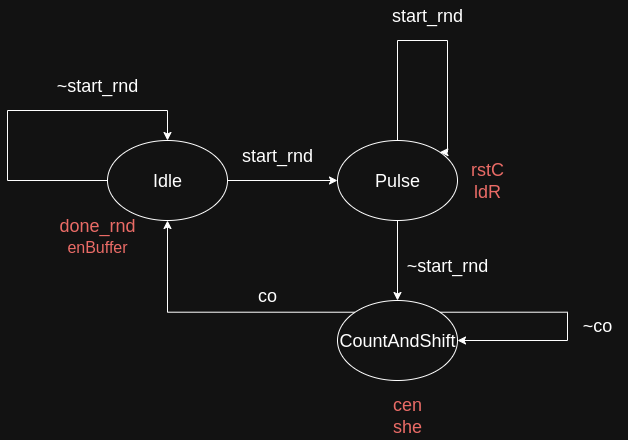
Above: CA1/Part1/Design/controller_part1.png in imSaDy/CAD (draw.io), before the change. Source tidied: cells renumbered, new cells last; positions are measured from the earlier drawing's top-left corner, leaving out a move shared by most shapes. The source it was exported from:
```xml
<mxGraphModel>
  <root>
    <mxCell id="0" />
    <mxCell id="1" parent="0" />
    <mxCell id="2" style="edgeStyle=orthogonalEdgeStyle;rounded=0;jettySize=auto;html=1;entryX=0;entryY=0.5;entryDx=0;entryDy=0;" parent="1" edge="1" source="3" target="5">
      <mxGeometry relative="1" as="geometry" />
    </mxCell>
    <mxCell id="3" value="&lt;font style=&quot;font-size: 18px;&quot;&gt;Idle&lt;/font&gt;" style="ellipse;whiteSpace=wrap;html=1;" parent="1" vertex="1">
      <mxGeometry x="100" y="140" width="120" height="80" as="geometry" />
    </mxCell>
    <mxCell id="4" style="edgeStyle=orthogonalEdgeStyle;rounded=0;jettySize=auto;html=1;exitX=0.5;exitY=1;exitDx=0;exitDy=0;entryX=0.5;entryY=0;entryDx=0;entryDy=0;" parent="1" edge="1" source="5" target="7">
      <mxGeometry relative="1" as="geometry" />
    </mxCell>
    <mxCell id="5" value="&lt;font style=&quot;font-size: 18px;&quot;&gt;Pulse&lt;/font&gt;" style="ellipse;whiteSpace=wrap;html=1;" parent="1" vertex="1">
      <mxGeometry x="330" y="140" width="120" height="80" as="geometry" />
    </mxCell>
    <mxCell id="6" style="edgeStyle=orthogonalEdgeStyle;rounded=0;jettySize=auto;html=1;exitX=0;exitY=0;exitDx=0;exitDy=0;entryX=0.5;entryY=1;entryDx=0;entryDy=0;" parent="1" edge="1" source="7" target="3">
      <mxGeometry relative="1" as="geometry" />
    </mxCell>
    <mxCell id="7" value="&lt;font style=&quot;font-size: 18px;&quot;&gt;CountAndShift&lt;/font&gt;" style="ellipse;whiteSpace=wrap;html=1;" parent="1" vertex="1">
      <mxGeometry x="330" y="300" width="120" height="80" as="geometry" />
    </mxCell>
    <mxCell id="8" value="&lt;font style=&quot;font-size: 18px; color: light-dark(rgb(0, 0, 0), rgb(234, 107, 102));&quot;&gt;done_rnd&lt;/font&gt;&lt;div&gt;&lt;font style=&quot;color: light-dark(rgb(0, 0, 0), rgb(234, 107, 102));&quot; size=&quot;3&quot;&gt;enBuffer&lt;/font&gt;&lt;/div&gt;" style="text;html=1;align=center;verticalAlign=middle;whiteSpace=wrap;rounded=0;" parent="1" vertex="1">
      <mxGeometry x="40" y="210" width="100" height="50" as="geometry" />
    </mxCell>
    <mxCell id="9" style="edgeStyle=orthogonalEdgeStyle;rounded=0;orthogonalLoop=1;jettySize=auto;html=1;exitX=0;exitY=0.5;exitDx=0;exitDy=0;entryX=0.5;entryY=0;entryDx=0;entryDy=0;" parent="1" edge="1" source="3" target="3">
      <mxGeometry relative="1" as="geometry">
        <Array as="points">
          <mxPoint y="180" />
          <mxPoint y="110" />
          <mxPoint x="160" y="110" />
        </Array>
      </mxGeometry>
    </mxCell>
    <mxCell id="10" value="&lt;font style=&quot;font-size: 18px;&quot;&gt;~start_rnd&lt;/font&gt;" style="text;html=1;align=center;verticalAlign=middle;whiteSpace=wrap;rounded=0;" parent="1" vertex="1">
      <mxGeometry x="60" y="70" width="60" height="30" as="geometry" />
    </mxCell>
    <mxCell id="11" value="&lt;font style=&quot;font-size: 18px;&quot;&gt;start_rnd&lt;/font&gt;" style="text;html=1;align=center;verticalAlign=middle;whiteSpace=wrap;rounded=0;" parent="1" vertex="1">
      <mxGeometry x="240" y="140" width="60" height="30" as="geometry" />
    </mxCell>
    <mxCell id="12" value="&lt;font style=&quot;color: light-dark(rgb(0, 0, 0), rgb(234, 107, 102));&quot;&gt;&lt;span style=&quot;font-size: 18px;&quot;&gt;cen&lt;/span&gt;&lt;br&gt;&lt;/font&gt;&lt;div&gt;&lt;span style=&quot;font-size: 18px;&quot;&gt;&lt;font style=&quot;color: light-dark(rgb(0, 0, 0), rgb(234, 107, 102));&quot;&gt;she&lt;/font&gt;&lt;/span&gt;&lt;/div&gt;" style="text;html=1;align=center;verticalAlign=middle;whiteSpace=wrap;rounded=0;" parent="1" vertex="1">
      <mxGeometry x="350" y="390" width="100" height="50" as="geometry" />
    </mxCell>
    <mxCell id="13" value="&lt;span style=&quot;font-size: 18px;&quot;&gt;&lt;font style=&quot;color: light-dark(rgb(0, 0, 0), rgb(234, 107, 102));&quot;&gt;rstC&lt;/font&gt;&lt;/span&gt;&lt;div&gt;&lt;span style=&quot;font-size: 18px;&quot;&gt;&lt;font style=&quot;color: light-dark(rgb(0, 0, 0), rgb(234, 107, 102));&quot;&gt;ldR&lt;/font&gt;&lt;/span&gt;&lt;/div&gt;" style="text;html=1;align=center;verticalAlign=middle;whiteSpace=wrap;rounded=0;" parent="1" vertex="1">
      <mxGeometry x="430" y="155" width="100" height="50" as="geometry" />
    </mxCell>
    <mxCell id="14" value="&lt;font style=&quot;font-size: 18px;&quot;&gt;start_rnd&lt;/font&gt;" style="text;html=1;align=center;verticalAlign=middle;whiteSpace=wrap;rounded=0;" parent="1" vertex="1">
      <mxGeometry x="390" width="60" height="30" as="geometry" />
    </mxCell>
    <mxCell id="15" style="edgeStyle=orthogonalEdgeStyle;rounded=0;orthogonalLoop=1;jettySize=auto;html=1;exitX=0.5;exitY=0;exitDx=0;exitDy=0;entryX=1;entryY=0;entryDx=0;entryDy=0;" parent="1" edge="1" source="5" target="5">
      <mxGeometry relative="1" as="geometry">
        <Array as="points">
          <mxPoint x="390" y="40" />
          <mxPoint x="440" y="40" />
          <mxPoint x="440" y="152" />
        </Array>
      </mxGeometry>
    </mxCell>
    <mxCell id="16" value="&lt;font style=&quot;font-size: 18px;&quot;&gt;~start_rnd&lt;/font&gt;" style="text;html=1;align=center;verticalAlign=middle;whiteSpace=wrap;rounded=0;" parent="1" vertex="1">
      <mxGeometry x="410" y="250" width="60" height="30" as="geometry" />
    </mxCell>
    <mxCell id="17" value="&lt;font style=&quot;font-size: 18px;&quot;&gt;co&lt;/font&gt;" style="text;html=1;align=center;verticalAlign=middle;whiteSpace=wrap;rounded=0;" parent="1" vertex="1">
      <mxGeometry x="230" y="280" width="60" height="30" as="geometry" />
    </mxCell>
    <mxCell id="18" style="edgeStyle=orthogonalEdgeStyle;rounded=0;orthogonalLoop=1;jettySize=auto;html=1;exitX=1;exitY=0;exitDx=0;exitDy=0;entryX=1;entryY=0.5;entryDx=0;entryDy=0;" parent="1" edge="1" source="7" target="7">
      <mxGeometry relative="1" as="geometry">
        <Array as="points">
          <mxPoint x="560" y="312" />
          <mxPoint x="560" y="340" />
        </Array>
      </mxGeometry>
    </mxCell>
    <mxCell id="19" value="&lt;font style=&quot;font-size: 18px;&quot;&gt;~co&lt;/font&gt;" style="text;html=1;align=center;verticalAlign=middle;whiteSpace=wrap;rounded=0;" parent="1" vertex="1">
      <mxGeometry x="560" y="310" width="60" height="30" as="geometry" />
    </mxCell>
  </root>
</mxGraphModel>
```
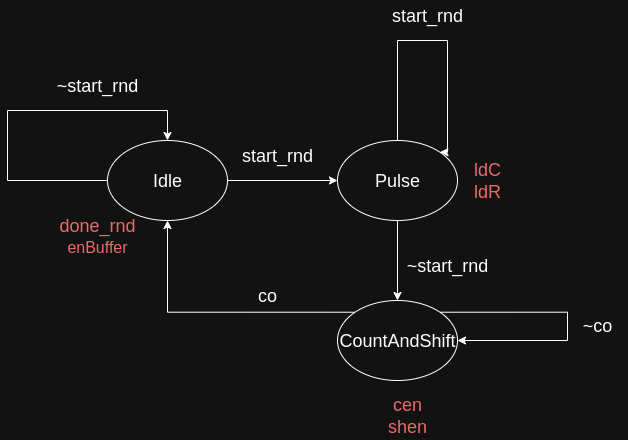
After the change.

Commit message:
Edit Part1 controller

Diff of the diagram source:
```diff
@@ -38,10 +38,10 @@
     <mxCell id="11" value="&lt;font style=&quot;font-size: 18px;&quot;&gt;start_rnd&lt;/font&gt;" style="text;html=1;align=center;verticalAlign=middle;whiteSpace=wrap;rounded=0;" parent="1" vertex="1">
       <mxGeometry x="240" y="140" width="60" height="30" as="geometry" />
     </mxCell>
-    <mxCell id="12" value="&lt;font style=&quot;color: light-dark(rgb(0, 0, 0), rgb(234, 107, 102));&quot;&gt;&lt;span style=&quot;font-size: 18px;&quot;&gt;cen&lt;/span&gt;&lt;br&gt;&lt;/font&gt;&lt;div&gt;&lt;span style=&quot;font-size: 18px;&quot;&gt;&lt;font style=&quot;color: light-dark(rgb(0, 0, 0), rgb(234, 107, 102));&quot;&gt;she&lt;/font&gt;&lt;/span&gt;&lt;/div&gt;" style="text;html=1;align=center;verticalAlign=middle;whiteSpace=wrap;rounded=0;" parent="1" vertex="1">
+    <mxCell id="12" value="&lt;font style=&quot;color: light-dark(rgb(0, 0, 0), rgb(234, 107, 102));&quot;&gt;&lt;span style=&quot;font-size: 18px;&quot;&gt;cen&lt;/span&gt;&lt;br&gt;&lt;/font&gt;&lt;div&gt;&lt;span style=&quot;font-size: 18px;&quot;&gt;&lt;font style=&quot;color: light-dark(rgb(0, 0, 0), rgb(234, 107, 102));&quot;&gt;shen&lt;/font&gt;&lt;/span&gt;&lt;/div&gt;" style="text;html=1;align=center;verticalAlign=middle;whiteSpace=wrap;rounded=0;" parent="1" vertex="1">
       <mxGeometry x="350" y="390" width="100" height="50" as="geometry" />
     </mxCell>
-    <mxCell id="13" value="&lt;span style=&quot;font-size: 18px;&quot;&gt;&lt;font style=&quot;color: light-dark(rgb(0, 0, 0), rgb(234, 107, 102));&quot;&gt;rstC&lt;/font&gt;&lt;/span&gt;&lt;div&gt;&lt;span style=&quot;font-size: 18px;&quot;&gt;&lt;font style=&quot;color: light-dark(rgb(0, 0, 0), rgb(234, 107, 102));&quot;&gt;ldR&lt;/font&gt;&lt;/span&gt;&lt;/div&gt;" style="text;html=1;align=center;verticalAlign=middle;whiteSpace=wrap;rounded=0;" parent="1" vertex="1">
+    <mxCell id="13" value="&lt;span style=&quot;font-size: 18px;&quot;&gt;&lt;font style=&quot;color: light-dark(rgb(0, 0, 0), rgb(234, 107, 102));&quot;&gt;ldC&lt;/font&gt;&lt;/span&gt;&lt;div&gt;&lt;span style=&quot;font-size: 18px;&quot;&gt;&lt;font style=&quot;color: light-dark(rgb(0, 0, 0), rgb(234, 107, 102));&quot;&gt;ldR&lt;/font&gt;&lt;/span&gt;&lt;/div&gt;" style="text;html=1;align=center;verticalAlign=middle;whiteSpace=wrap;rounded=0;" parent="1" vertex="1">
       <mxGeometry x="430" y="155" width="100" height="50" as="geometry" />
     </mxCell>
     <mxCell id="14" value="&lt;font style=&quot;font-size: 18px;&quot;&gt;start_rnd&lt;/font&gt;" style="text;html=1;align=center;verticalAlign=middle;whiteSpace=wrap;rounded=0;" parent="1" vertex="1">
```
